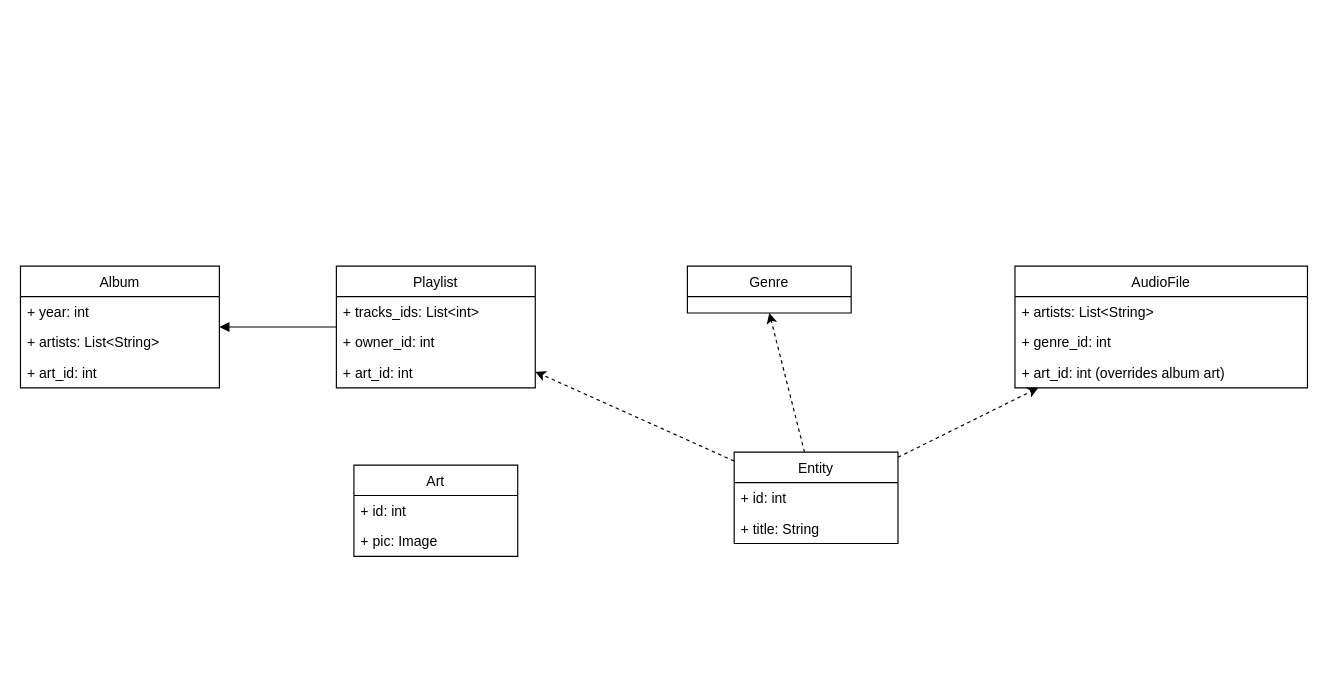
This is documentation/Server Entities.drawio from sampletext32/mega-kursach, a draw.io file, before an edit. Source tidied: cells renumbered, new cells numbered last; positions are measured from the earlier drawing's top-left corner, leaving out a move shared by most shapes. Both pictures are drawn from the tidied source at 117%, with x=0, y=0 at pixel (20, 266).
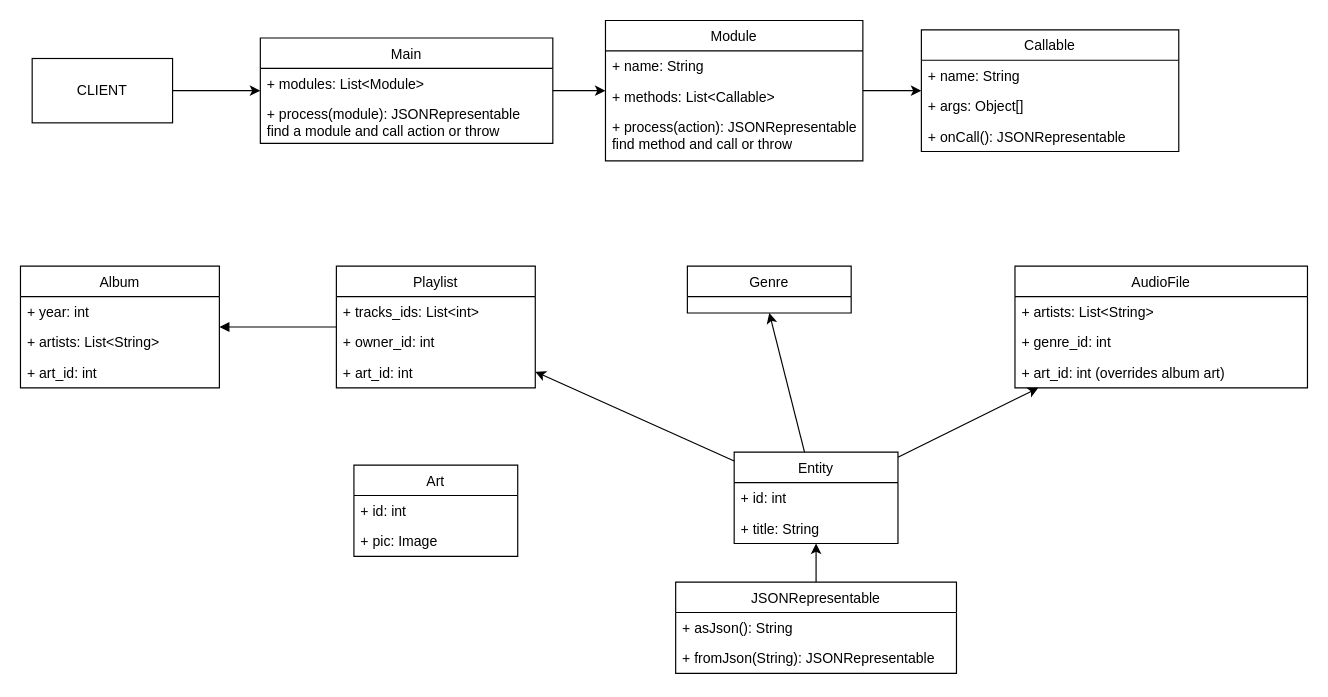
The same page after the edit.

Unchanged cells that the change refers to:
```xml
<mxCell id="5" value="Playlist" style="swimlane;fontStyle=0;horizontal=1;startSize=26;fillColor=none;" parent="1" vertex="1">
  <mxGeometry x="270" width="170" height="104" as="geometry" />
</mxCell>
<mxCell id="9" value="Entity" style="swimlane;fontStyle=0;horizontal=1;startSize=26;fillColor=none;" parent="1" vertex="1">
  <mxGeometry x="610" y="159" width="140" height="78" as="geometry" />
</mxCell>
<mxCell id="21" value="Genre" style="swimlane;fontStyle=0;horizontal=1;startSize=26;fillColor=none;" parent="1" vertex="1">
  <mxGeometry x="570" width="140" height="40" as="geometry" />
</mxCell>
<mxCell id="22" value="AudioFile" style="swimlane;fontStyle=0;horizontal=1;startSize=26;fillColor=none;" parent="1" vertex="1">
  <mxGeometry x="850" width="250" height="104" as="geometry" />
</mxCell>
```

Diff of the diagram source:
```diff
@@
-    <mxCell id="2" style="rounded=0;jettySize=auto;html=1;entryX=0.5;entryY=1;entryDx=0;entryDy=0;dashed=1;" parent="1" edge="1" source="9" target="21">
+    <mxCell id="2" style="rounded=0;jettySize=auto;html=1;entryX=0.5;entryY=1;entryDx=0;entryDy=0;" parent="1" edge="1" source="9" target="21">
       <mxGeometry relative="1" as="geometry" />
     </mxCell>
-    <mxCell id="3" style="edgeStyle=none;rounded=0;jettySize=auto;html=1;dashed=1;" parent="1" edge="1" source="9" target="5">
+    <mxCell id="3" style="edgeStyle=none;rounded=0;jettySize=auto;html=1;" parent="1" edge="1" source="9" target="5">
       <mxGeometry relative="1" as="geometry" />
     </mxCell>
-    <mxCell id="4" style="edgeStyle=none;rounded=0;jettySize=auto;html=1;dashed=1;" parent="1" edge="1" source="9" target="22">
+    <mxCell id="4" style="edgeStyle=none;rounded=0;jettySize=auto;html=1;" parent="1" edge="1" source="9" target="22">
       <mxGeometry relative="1" as="geometry" />
     </mxCell>
@@
+    <mxCell id="26" style="edgeStyle=orthogonalEdgeStyle;rounded=0;jettySize=auto;html=1;" parent="1" edge="1" source="27" target="34">
+      <mxGeometry relative="1" as="geometry" />
+    </mxCell>
+    <mxCell id="27" value="CLIENT" style="rounded=0;whiteSpace=wrap;html=1;" parent="1" vertex="1">
+      <mxGeometry x="10" y="-177.5" width="120" height="55" as="geometry" />
+    </mxCell>
+    <mxCell id="28" style="edgeStyle=orthogonalEdgeStyle;rounded=0;jettySize=auto;html=1;exitX=0.5;exitY=0;exitDx=0;exitDy=0;" parent="1" edge="1" source="29" target="9">
+      <mxGeometry relative="1" as="geometry" />
+    </mxCell>
+    <mxCell id="29" value="JSONRepresentable" style="swimlane;fontStyle=0;horizontal=1;startSize=26;fillColor=none;" parent="1" vertex="1">
+      <mxGeometry x="560" y="270" width="240" height="78" as="geometry" />
+    </mxCell>
+    <mxCell id="30" value="+ asJson(): String" style="text;strokeColor=none;fillColor=none;align=left;verticalAlign=top;spacingLeft=4;spacingRight=4;overflow=hidden;" parent="29" vertex="1">
+      <mxGeometry y="26" width="240" height="26" as="geometry" />
+    </mxCell>
+    <mxCell id="31" value="+ fromJson(String): JSONRepresentable" style="text;strokeColor=none;fillColor=none;align=left;verticalAlign=top;spacingLeft=4;spacingRight=4;overflow=hidden;" parent="29" vertex="1">
+      <mxGeometry y="52" width="240" height="26" as="geometry" />
+    </mxCell>
+    <mxCell id="32" style="edgeStyle=orthogonalEdgeStyle;rounded=0;jettySize=auto;html=1;" parent="1" edge="1" source="34" target="37">
+      <mxGeometry relative="1" as="geometry" />
+    </mxCell>
+    <mxCell id="33" style="edgeStyle=orthogonalEdgeStyle;rounded=0;jettySize=auto;html=1;" parent="1" edge="1" source="37" target="41">
+      <mxGeometry relative="1" as="geometry" />
+    </mxCell>
+    <mxCell id="34" value="Main" style="swimlane;fontStyle=0;horizontal=1;startSize=26;fillColor=none;" parent="1" vertex="1">
+      <mxGeometry x="205" y="-195" width="250" height="90" as="geometry" />
+    </mxCell>
+    <mxCell id="35" value="+ modules: List&lt;Module&gt;" style="text;strokeColor=none;fillColor=none;align=left;verticalAlign=top;spacingLeft=4;spacingRight=4;overflow=hidden;" parent="34" vertex="1">
+      <mxGeometry y="26" width="250" height="26" as="geometry" />
+    </mxCell>
+    <mxCell id="36" value="+ process(module): JSONRepresentable&#10;find a module and call action or throw" style="text;strokeColor=none;fillColor=none;align=left;verticalAlign=top;spacingLeft=4;spacingRight=4;overflow=hidden;" parent="34" vertex="1">
+      <mxGeometry y="52" width="250" height="38" as="geometry" />
+    </mxCell>
+    <mxCell id="37" value="Module" style="swimlane;fontStyle=0;horizontal=1;startSize=26;fillColor=none;" parent="1" vertex="1">
+      <mxGeometry x="500" y="-210" width="220" height="120" as="geometry" />
+    </mxCell>
+    <mxCell id="38" value="+ name: String" style="text;strokeColor=none;fillColor=none;align=left;verticalAlign=top;spacingLeft=4;spacingRight=4;overflow=hidden;" parent="37" vertex="1">
+      <mxGeometry y="26" width="220" height="26" as="geometry" />
+    </mxCell>
+    <mxCell id="39" value="+ methods: List&lt;Callable&gt;" style="text;strokeColor=none;fillColor=none;align=left;verticalAlign=top;spacingLeft=4;spacingRight=4;overflow=hidden;" parent="37" vertex="1">
+      <mxGeometry y="52" width="220" height="26" as="geometry" />
+    </mxCell>
+    <mxCell id="40" value="+ process(action): JSONRepresentable&#10;find method and call or throw" style="text;strokeColor=none;fillColor=none;align=left;verticalAlign=top;spacingLeft=4;spacingRight=4;overflow=hidden;" parent="37" vertex="1">
+      <mxGeometry y="78" width="220" height="42" as="geometry" />
+    </mxCell>
+    <mxCell id="41" value="Callable" style="swimlane;fontStyle=0;horizontal=1;startSize=26;fillColor=none;" parent="1" vertex="1">
+      <mxGeometry x="770" y="-202" width="220" height="104" as="geometry" />
+    </mxCell>
+    <mxCell id="42" value="+ name: String" style="text;strokeColor=none;fillColor=none;align=left;verticalAlign=top;spacingLeft=4;spacingRight=4;overflow=hidden;" parent="41" vertex="1">
+      <mxGeometry y="26" width="220" height="26" as="geometry" />
+    </mxCell>
+    <mxCell id="43" value="+ args: Object[]" style="text;strokeColor=none;fillColor=none;align=left;verticalAlign=top;spacingLeft=4;spacingRight=4;overflow=hidden;" parent="41" vertex="1">
+      <mxGeometry y="52" width="220" height="26" as="geometry" />
+    </mxCell>
+    <mxCell id="44" value="+ onCall(): JSONRepresentable" style="text;strokeColor=none;fillColor=none;align=left;verticalAlign=top;spacingLeft=4;spacingRight=4;overflow=hidden;" parent="41" vertex="1">
+      <mxGeometry y="78" width="220" height="26" as="geometry" />
+    </mxCell>
```
